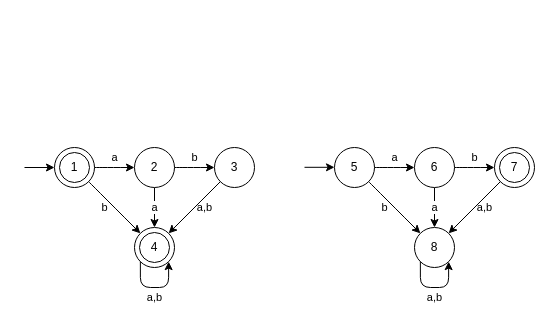
This is page "Includee" (9 of 9) of Thompson_Construction/Thompson_Construction.drawio from Tobi2K/diagrams.net, a draw.io file, before an edit. Source tidied: cells renumbered, new cells numbered last; positions are measured from the earlier drawing's top-left corner, leaving out a move shared by most shapes. Both pictures are drawn from the tidied source at 100%, with x=0, y=0 at pixel (24, 147).
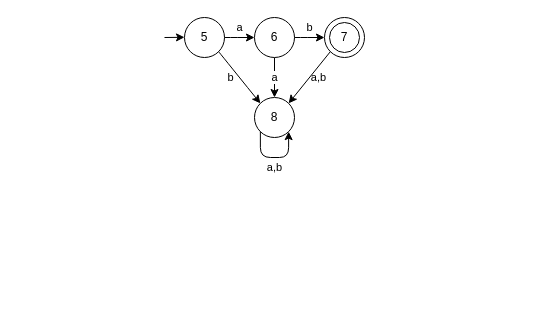
The same diagram, later.

Diff of the diagram source:
```diff
@@
-    <mxCell id="2" style="ellipse;whiteSpace=wrap;html=1;" parent="1" vertex="1">
-      <mxGeometry x="30" width="40" height="40" as="geometry" />
-    </mxCell>
-    <mxCell id="3" value="a" style="edgeStyle=orthogonalEdgeStyle;rounded=1;jettySize=auto;html=1;exitX=0.5;exitY=1;exitDx=0;exitDy=0;entryX=0.5;entryY=0;entryDx=0;entryDy=0;" parent="1" edge="1" source="4" target="5">
-      <mxGeometry relative="1" as="geometry" />
-    </mxCell>
-    <mxCell id="4" value="2" style="ellipse;whiteSpace=wrap;html=1;" parent="1" vertex="1">
-      <mxGeometry x="110" width="40" height="40" as="geometry" />
-    </mxCell>
-    <mxCell id="5" style="ellipse;whiteSpace=wrap;html=1;" parent="1" vertex="1">
-      <mxGeometry x="110" y="80" width="40" height="40" as="geometry" />
-    </mxCell>
-    <mxCell id="6" value="3" style="ellipse;whiteSpace=wrap;html=1;" parent="1" vertex="1">
-      <mxGeometry x="190" width="40" height="40" as="geometry" />
-    </mxCell>
-    <mxCell id="7" value="a" style="endArrow=classic;html=1;curved=1;exitX=1;exitY=0.5;exitDx=0;exitDy=0;entryX=0;entryY=0.5;entryDx=0;entryDy=0;labelBackgroundColor=none;" parent="1" edge="1" source="2" target="4">
-      <mxGeometry y="10" relative="1" as="geometry" />
-    </mxCell>
-    <mxCell id="8" value="b" style="endArrow=classic;html=1;curved=1;exitX=1;exitY=1;exitDx=0;exitDy=0;entryX=0;entryY=0;entryDx=0;entryDy=0;labelBackgroundColor=none;" parent="1" edge="1" source="2" target="5">
-      <mxGeometry x="-0.19" y="-7" relative="1" as="geometry" />
-    </mxCell>
-    <mxCell id="9" value="&lt;div&gt;b&lt;/div&gt;" style="endArrow=classic;html=1;curved=1;entryX=0;entryY=0.5;entryDx=0;entryDy=0;exitX=1;exitY=0.5;exitDx=0;exitDy=0;" parent="1" edge="1" source="4" target="6">
-      <mxGeometry y="10" relative="1" as="geometry" />
-    </mxCell>
-    <mxCell id="10" value="1" style="ellipse;whiteSpace=wrap;html=1;" parent="1" vertex="1">
-      <mxGeometry x="35" y="5" width="30" height="30" as="geometry" />
-    </mxCell>
-    <mxCell id="11" value="a,b" style="edgeStyle=orthogonalEdgeStyle;rounded=1;orthogonalLoop=1;jettySize=auto;html=1;exitX=0;exitY=1;exitDx=0;exitDy=0;entryX=1;entryY=1;entryDx=0;entryDy=0;" parent="1" edge="1" source="5" target="5">
-      <mxGeometry y="-10" relative="1" as="geometry">
-        <Array as="points">
-          <mxPoint x="116" y="140" />
-          <mxPoint x="144" y="140" />
-        </Array>
-      </mxGeometry>
-    </mxCell>
-    <mxCell id="12" value="4" style="ellipse;whiteSpace=wrap;html=1;" parent="1" vertex="1">
-      <mxGeometry x="115" y="85" width="30" height="30" as="geometry" />
-    </mxCell>
-    <mxCell id="13" value="a,b" style="endArrow=classic;html=1;rounded=0;entryX=1;entryY=0;entryDx=0;entryDy=0;exitX=0;exitY=1;exitDx=0;exitDy=0;labelBackgroundColor=none;" parent="1" edge="1" source="6" target="5">
-      <mxGeometry x="-0.19" y="7" relative="1" as="geometry" />
-    </mxCell>
     <mxCell id="14" value="5" style="ellipse;whiteSpace=wrap;html=1;" parent="1" vertex="1">
-      <mxGeometry x="310" width="40" height="40" as="geometry" />
+      <mxGeometry x="160" y="-130" width="40" height="40" as="geometry" />
     </mxCell>
@@
     <mxCell id="16" value="6" style="ellipse;whiteSpace=wrap;html=1;" parent="1" vertex="1">
-      <mxGeometry x="390" width="40" height="40" as="geometry" />
+      <mxGeometry x="230" y="-130" width="40" height="40" as="geometry" />
     </mxCell>
     <mxCell id="17" value="8" style="ellipse;whiteSpace=wrap;html=1;" parent="1" vertex="1">
-      <mxGeometry x="390" y="80" width="40" height="40" as="geometry" />
+      <mxGeometry x="230" y="-50" width="40" height="40" as="geometry" />
     </mxCell>
     <mxCell id="18" style="ellipse;whiteSpace=wrap;html=1;" parent="1" vertex="1">
-      <mxGeometry x="470" width="40" height="40" as="geometry" />
+      <mxGeometry x="300" y="-130" width="40" height="40" as="geometry" />
     </mxCell>
@@
     <mxCell id="22" value="a,b" style="edgeStyle=orthogonalEdgeStyle;rounded=1;orthogonalLoop=1;jettySize=auto;html=1;exitX=0;exitY=1;exitDx=0;exitDy=0;entryX=1;entryY=1;entryDx=0;entryDy=0;" parent="1" edge="1" source="17" target="17">
       <mxGeometry y="-10" relative="1" as="geometry">
         <Array as="points">
-          <mxPoint x="396" y="140" />
-          <mxPoint x="424" y="140" />
+          <mxPoint x="236" y="10" />
+          <mxPoint x="264" y="10" />
         </Array>
       </mxGeometry>
     </mxCell>
     <mxCell id="23" value="7" style="ellipse;whiteSpace=wrap;html=1;" parent="1" vertex="1">
-      <mxGeometry x="475" y="5" width="30" height="30" as="geometry" />
+      <mxGeometry x="305" y="-125" width="30" height="30" as="geometry" />
     </mxCell>
@@
-    <mxCell id="25" style="endArrow=classic;html=1;rounded=0;labelBackgroundColor=none;entryX=0;entryY=0.5;entryDx=0;entryDy=0;" parent="1" edge="1" target="2">
-      <mxGeometry relative="1" as="geometry">
-        <mxPoint y="20" as="sourcePoint" />
-      </mxGeometry>
-    </mxCell>
     <mxCell id="26" style="endArrow=classic;html=1;rounded=0;labelBackgroundColor=none;entryX=0;entryY=0.5;entryDx=0;entryDy=0;" parent="1" edge="1">
       <mxGeometry relative="1" as="geometry">
-        <mxPoint x="280" y="19.8" as="sourcePoint" />
-        <mxPoint x="310" y="19.8" as="targetPoint" />
+        <mxPoint x="140" y="-110" as="sourcePoint" />
+        <mxPoint x="160" y="-110.2" as="targetPoint" />
       </mxGeometry>
     </mxCell>
```
